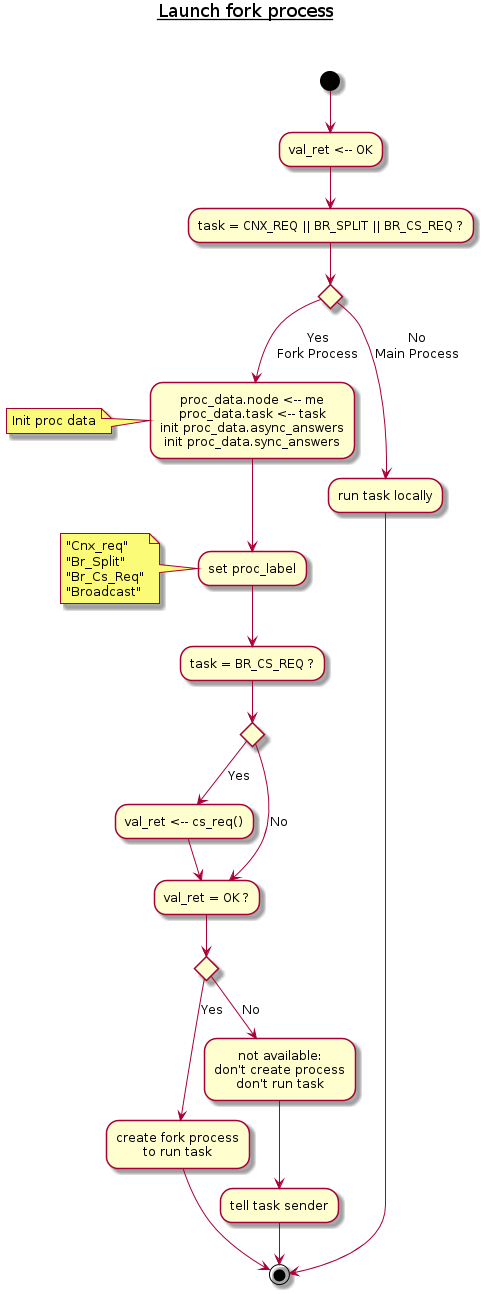
This is doc/UML/Algo_launch_fork_process.png from tof25/DST, a PlantUML export, as it was before one commit.
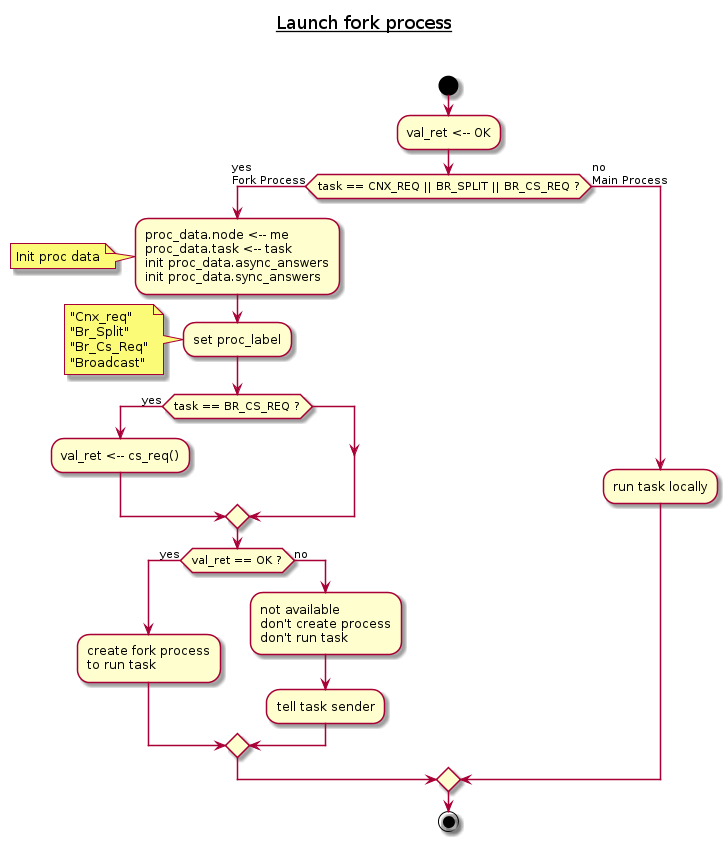
Above is the later version.

Diff of the diagram source:
```diff
@@ -1,14 +1,16 @@
 @startuml
 title <u>Launch fork process</u>\n\n
-(*top) -->"val_ret <-- OK"
--->"task = CNX_REQ || BR_SPLIT || BR_CS_REQ ?"
-if "" then
-    -->[Yes\nFork Process]"proc_data.node <-- me\nproc_data.task <-- task\ninit proc_data.async_answers\ninit proc_data.sync_answers"
+
+start
+
+:val_ret <-- OK;
+if (task == CNX_REQ || BR_SPLIT || BR_CS_REQ ?) then (yes\nFork Process)
+    :proc_data.node <-- me\nproc_data.task <-- task\ninit proc_data.async_answers\ninit proc_data.sync_answers;
 
     note left
         Init proc data
     end note
-    -->"set proc_label"
+    :set proc_label;
     note left
       "Cnx_req"
       "Br_Split"
@@ -16,24 +18,20 @@
       "Broadcast"
     end note
 
-    -->"task = BR_CS_REQ ?"
-    if "" then
-        -->[Yes]"val_ret <-- cs_req()"
-        -->"val_ret = OK ?"
-    else
-        -->[No]"val_ret = OK ?"
+    if (task == BR_CS_REQ ?) then (yes)
+        :val_ret <-- cs_req();
     endif
 
-    if "" then
-        -->[Yes]"create fork process\nto run task"
-        -->(*)
-    else
-        -->[No]"not available:\ndon't create process\ndon't run task"
-        -->"tell task sender"
-        -->(*)
+    if (val_ret == OK ?) then (yes)
+        :create fork process\nto run task;
+    else (no)
+        :not available\ndon't create process\ndon't run task;
+        :tell task sender;
     endif
-else
-    -->[No\nMain Process] "run task locally"
-    -->(*)
+else (no\nMain Process)
+    :run task locally;
 endif
+
+stop
+
 @enduml
```
